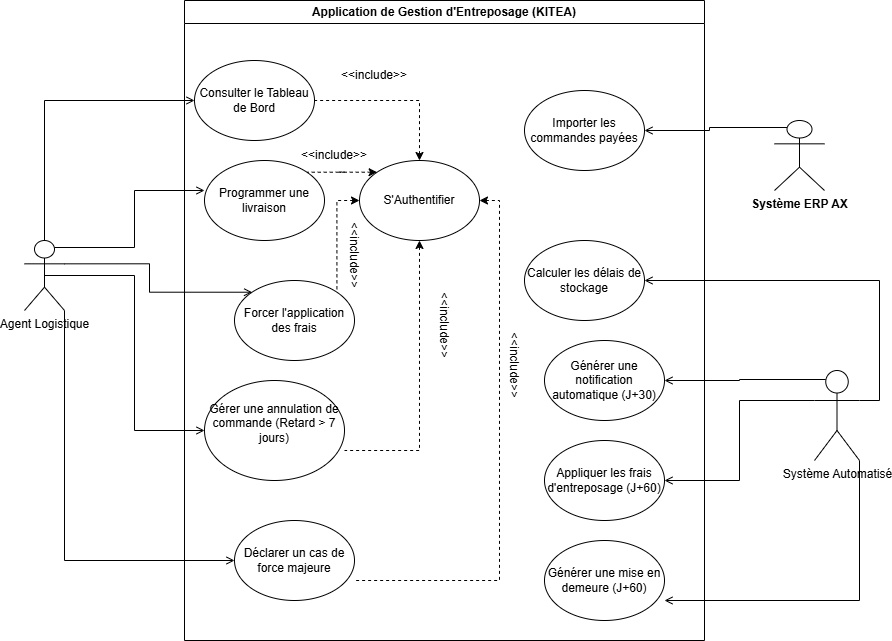
This is uml/Use-case diagram.png from Mezz-1/Application-de-gestion-des-commandes-payees-et-entreposage, a draw.io export, as it was before one commit. Source tidied: cells renumbered, new cells last; positions are measured from the earlier drawing's top-left corner, leaving out a move shared by most shapes. Source of this version:
```xml
<mxGraphModel>
  <root>
    <mxCell id="0" />
    <mxCell id="1" parent="0" />
    <mxCell id="2" value="Application de Gestion d'Entreposage (KITEA)" style="swimlane;whiteSpace=wrap;html=1;" parent="1" vertex="1">
      <mxGeometry x="160" width="520" height="640" as="geometry" />
    </mxCell>
    <mxCell id="3" value="Consulter le Tableau de Bord" style="ellipse;whiteSpace=wrap;html=1;" parent="2" vertex="1">
      <mxGeometry x="10" y="60" width="120" height="80" as="geometry" />
    </mxCell>
    <mxCell id="4" value="&#10;Gérer une annulation de commande (Retard &amp;gt; 7 jours)&#10;&#10;" style="ellipse;whiteSpace=wrap;html=1;" parent="2" vertex="1">
      <mxGeometry x="20" y="380" width="140" height="100" as="geometry" />
    </mxCell>
    <mxCell id="5" value="Forcer l'application des frais" style="ellipse;whiteSpace=wrap;html=1;" parent="2" vertex="1">
      <mxGeometry x="50" y="280" width="120" height="80" as="geometry" />
    </mxCell>
    <mxCell id="6" value="Déclarer un cas de force majeure" style="ellipse;whiteSpace=wrap;html=1;" parent="2" vertex="1">
      <mxGeometry x="50" y="520" width="120" height="80" as="geometry" />
    </mxCell>
    <mxCell id="7" value="Programmer une livraison" style="ellipse;whiteSpace=wrap;html=1;" parent="2" vertex="1">
      <mxGeometry x="20" y="160" width="120" height="80" as="geometry" />
    </mxCell>
    <mxCell id="8" value="Importer les commandes payées" style="ellipse;whiteSpace=wrap;html=1;" parent="2" vertex="1">
      <mxGeometry x="340" y="90" width="120" height="80" as="geometry" />
    </mxCell>
    <mxCell id="9" value="Calculer les délais de stockage" style="ellipse;whiteSpace=wrap;html=1;" parent="2" vertex="1">
      <mxGeometry x="340" y="240" width="120" height="80" as="geometry" />
    </mxCell>
    <mxCell id="10" value="Générer une mise en demeure (J+60)" style="ellipse;whiteSpace=wrap;html=1;" parent="2" vertex="1">
      <mxGeometry x="360" y="540" width="120" height="80" as="geometry" />
    </mxCell>
    <mxCell id="11" value="Appliquer les frais d'entreposage (J+60)" style="ellipse;whiteSpace=wrap;html=1;" parent="2" vertex="1">
      <mxGeometry x="360" y="440" width="120" height="80" as="geometry" />
    </mxCell>
    <mxCell id="12" value="Générer une notification automatique (J+30)" style="ellipse;whiteSpace=wrap;html=1;" parent="2" vertex="1">
      <mxGeometry x="360" y="340" width="120" height="80" as="geometry" />
    </mxCell>
    <mxCell id="13" style="edgeStyle=orthogonalEdgeStyle;rounded=0;jettySize=auto;html=1;exitX=0.5;exitY=0;exitDx=0;exitDy=0;entryX=1;entryY=0.5;entryDx=0;entryDy=0;dashed=1;startArrow=classic;startFill=1;endArrow=none;endFill=0;" parent="2" edge="1" source="16" target="3">
      <mxGeometry relative="1" as="geometry" />
    </mxCell>
    <mxCell id="14" style="edgeStyle=orthogonalEdgeStyle;rounded=0;jettySize=auto;html=1;exitX=0;exitY=0;exitDx=0;exitDy=0;entryX=1;entryY=0;entryDx=0;entryDy=0;dashed=1;startArrow=classic;startFill=1;endArrow=none;endFill=0;" parent="2" edge="1" source="16" target="7">
      <mxGeometry relative="1" as="geometry" />
    </mxCell>
    <mxCell id="15" style="edgeStyle=orthogonalEdgeStyle;rounded=0;jettySize=auto;html=1;exitX=0;exitY=0.5;exitDx=0;exitDy=0;entryX=1;entryY=0;entryDx=0;entryDy=0;dashed=1;startArrow=classic;startFill=1;endArrow=none;endFill=0;" parent="2" edge="1" source="16" target="5">
      <mxGeometry relative="1" as="geometry" />
    </mxCell>
    <mxCell id="16" value="S'Authentifier" style="ellipse;whiteSpace=wrap;html=1;" parent="2" vertex="1">
      <mxGeometry x="175" y="160" width="120" height="80" as="geometry" />
    </mxCell>
    <mxCell id="17" style="edgeStyle=orthogonalEdgeStyle;rounded=0;jettySize=auto;html=1;exitX=0.5;exitY=1;exitDx=0;exitDy=0;entryX=1;entryY=0.7;entryDx=0;entryDy=0;entryPerimeter=0;dashed=1;endArrow=none;endFill=0;startArrow=classic;startFill=1;" parent="2" edge="1" source="16" target="4">
      <mxGeometry relative="1" as="geometry" />
    </mxCell>
    <mxCell id="18" style="edgeStyle=orthogonalEdgeStyle;rounded=0;jettySize=auto;html=1;exitX=1;exitY=0.5;exitDx=0;exitDy=0;entryX=1;entryY=0.75;entryDx=0;entryDy=0;entryPerimeter=0;dashed=1;startArrow=classic;startFill=1;endArrow=none;endFill=0;" parent="2" edge="1" source="16" target="6">
      <mxGeometry relative="1" as="geometry" />
    </mxCell>
    <mxCell id="19" value="&amp;lt;&amp;lt;include&amp;gt;&amp;gt;" style="text;html=1;whiteSpace=wrap;strokeColor=none;fillColor=none;align=center;verticalAlign=middle;rounded=0;rotation=90;" parent="2" vertex="1">
      <mxGeometry x="300" y="350" width="60" height="30" as="geometry" />
    </mxCell>
    <mxCell id="20" value="&amp;lt;&amp;lt;include&amp;gt;&amp;gt;" style="text;html=1;whiteSpace=wrap;strokeColor=none;fillColor=none;align=center;verticalAlign=middle;rounded=0;rotation=90;" parent="2" vertex="1">
      <mxGeometry x="140" y="240" width="60" height="30" as="geometry" />
    </mxCell>
    <mxCell id="21" value="&amp;lt;&amp;lt;include&amp;gt;&amp;gt;" style="text;html=1;whiteSpace=wrap;strokeColor=none;fillColor=none;align=center;verticalAlign=middle;rounded=0;" parent="2" vertex="1">
      <mxGeometry x="120" y="140" width="60" height="30" as="geometry" />
    </mxCell>
    <mxCell id="22" value="&amp;lt;&amp;lt;include&amp;gt;&amp;gt;" style="text;html=1;whiteSpace=wrap;strokeColor=none;fillColor=none;align=center;verticalAlign=middle;rounded=0;" parent="2" vertex="1">
      <mxGeometry x="160" y="60" width="60" height="30" as="geometry" />
    </mxCell>
    <mxCell id="23" style="edgeStyle=orthogonalEdgeStyle;rounded=0;jettySize=auto;html=1;exitX=0.5;exitY=0;exitDx=0;exitDy=0;exitPerimeter=0;entryX=0;entryY=0.5;entryDx=0;entryDy=0;endArrow=open;endFill=0;" parent="1" edge="1" source="27" target="3">
      <mxGeometry relative="1" as="geometry" />
    </mxCell>
    <mxCell id="24" style="edgeStyle=orthogonalEdgeStyle;rounded=0;jettySize=auto;html=1;exitX=1;exitY=0.3333333333333333;exitDx=0;exitDy=0;exitPerimeter=0;entryX=0;entryY=0;entryDx=0;entryDy=0;endArrow=open;endFill=0;" parent="1" edge="1" source="27" target="5">
      <mxGeometry relative="1" as="geometry" />
    </mxCell>
    <mxCell id="25" style="edgeStyle=orthogonalEdgeStyle;rounded=0;jettySize=auto;html=1;exitX=1;exitY=1;exitDx=0;exitDy=0;exitPerimeter=0;entryX=0;entryY=0.5;entryDx=0;entryDy=0;endArrow=open;endFill=0;" parent="1" edge="1" source="27" target="6">
      <mxGeometry relative="1" as="geometry" />
    </mxCell>
    <mxCell id="26" style="edgeStyle=orthogonalEdgeStyle;rounded=0;jettySize=auto;html=1;exitX=0.5;exitY=0.5;exitDx=0;exitDy=0;exitPerimeter=0;entryX=0;entryY=0.5;entryDx=0;entryDy=0;endArrow=open;endFill=0;" parent="1" edge="1" source="27" target="4">
      <mxGeometry relative="1" as="geometry" />
    </mxCell>
    <mxCell id="27" value="Agent Logistique" style="shape=umlActor;verticalLabelPosition=bottom;verticalAlign=top;html=1;outlineConnect=0;" parent="1" vertex="1">
      <mxGeometry y="240" width="40" height="70" as="geometry" />
    </mxCell>
    <mxCell id="28" style="edgeStyle=orthogonalEdgeStyle;rounded=0;jettySize=auto;html=1;exitX=0.25;exitY=0.1;exitDx=0;exitDy=0;exitPerimeter=0;entryX=1;entryY=0.5;entryDx=0;entryDy=0;endArrow=open;endFill=0;" parent="1" edge="1" source="29" target="8">
      <mxGeometry relative="1" as="geometry" />
    </mxCell>
    <mxCell id="29" value="&lt;b&gt;Système ERP AX&lt;/b&gt;" style="shape=umlActor;verticalLabelPosition=bottom;verticalAlign=top;html=1;outlineConnect=0;" parent="1" vertex="1">
      <mxGeometry x="750" y="120" width="50" height="70" as="geometry" />
    </mxCell>
    <mxCell id="30" style="edgeStyle=orthogonalEdgeStyle;rounded=0;jettySize=auto;html=1;exitX=1;exitY=0.3333333333333333;exitDx=0;exitDy=0;exitPerimeter=0;entryX=1;entryY=0.5;entryDx=0;entryDy=0;endArrow=open;endFill=0;" parent="1" edge="1" source="33" target="9">
      <mxGeometry relative="1" as="geometry" />
    </mxCell>
    <mxCell id="31" style="edgeStyle=orthogonalEdgeStyle;rounded=0;jettySize=auto;html=1;exitX=0.25;exitY=0.1;exitDx=0;exitDy=0;exitPerimeter=0;entryX=1;entryY=0.5;entryDx=0;entryDy=0;endArrow=open;endFill=0;" parent="1" edge="1" source="33" target="12">
      <mxGeometry relative="1" as="geometry" />
    </mxCell>
    <mxCell id="32" style="edgeStyle=orthogonalEdgeStyle;rounded=0;jettySize=auto;html=1;exitX=0;exitY=0.3333333333333333;exitDx=0;exitDy=0;exitPerimeter=0;entryX=1;entryY=0.5;entryDx=0;entryDy=0;endArrow=open;endFill=0;" parent="1" edge="1" source="33" target="11">
      <mxGeometry relative="1" as="geometry" />
    </mxCell>
    <mxCell id="33" value="Système Automatisé" style="shape=umlActor;verticalLabelPosition=bottom;verticalAlign=top;html=1;outlineConnect=0;" parent="1" vertex="1">
      <mxGeometry x="790" y="370" width="45" height="90" as="geometry" />
    </mxCell>
    <mxCell id="34" style="edgeStyle=orthogonalEdgeStyle;rounded=0;jettySize=auto;html=1;exitX=0.75;exitY=0.1;exitDx=0;exitDy=0;exitPerimeter=0;entryX=0;entryY=0.375;entryDx=0;entryDy=0;entryPerimeter=0;endArrow=open;endFill=0;" parent="1" edge="1" source="27" target="7">
      <mxGeometry relative="1" as="geometry" />
    </mxCell>
    <mxCell id="35" style="edgeStyle=orthogonalEdgeStyle;rounded=0;jettySize=auto;html=1;exitX=1;exitY=1;exitDx=0;exitDy=0;exitPerimeter=0;entryX=1;entryY=0.75;entryDx=0;entryDy=0;entryPerimeter=0;endArrow=open;endFill=0;" parent="1" edge="1" source="33" target="10">
      <mxGeometry relative="1" as="geometry" />
    </mxCell>
    <mxCell id="36" value="&amp;lt;&amp;lt;include&amp;gt;&amp;gt;" style="text;html=1;whiteSpace=wrap;strokeColor=none;fillColor=none;align=center;verticalAlign=middle;rounded=0;rotation=90;" parent="1" vertex="1">
      <mxGeometry x="390" y="310" width="60" height="30" as="geometry" />
    </mxCell>
  </root>
</mxGraphModel>
```
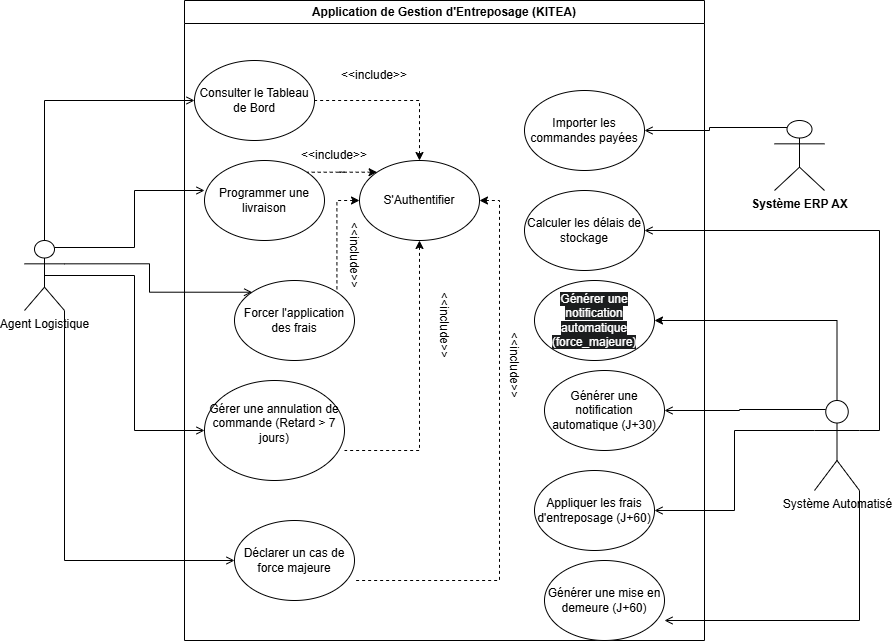
After the change.

What changed in the source:
```diff
@@ -24,16 +24,16 @@
       <mxGeometry x="340" y="90" width="120" height="80" as="geometry" />
     </mxCell>
     <mxCell id="9" value="Calculer les délais de stockage" style="ellipse;whiteSpace=wrap;html=1;" parent="2" vertex="1">
-      <mxGeometry x="340" y="240" width="120" height="80" as="geometry" />
+      <mxGeometry x="340" y="190" width="120" height="80" as="geometry" />
     </mxCell>
     <mxCell id="10" value="Générer une mise en demeure (J+60)" style="ellipse;whiteSpace=wrap;html=1;" parent="2" vertex="1">
-      <mxGeometry x="360" y="540" width="120" height="80" as="geometry" />
+      <mxGeometry x="360" y="560" width="120" height="80" as="geometry" />
     </mxCell>
     <mxCell id="11" value="Appliquer les frais d'entreposage (J+60)" style="ellipse;whiteSpace=wrap;html=1;" parent="2" vertex="1">
-      <mxGeometry x="360" y="440" width="120" height="80" as="geometry" />
+      <mxGeometry x="350" y="470" width="120" height="80" as="geometry" />
     </mxCell>
     <mxCell id="12" value="Générer une notification automatique (J+30)" style="ellipse;whiteSpace=wrap;html=1;" parent="2" vertex="1">
-      <mxGeometry x="360" y="340" width="120" height="80" as="geometry" />
+      <mxGeometry x="360" y="370" width="120" height="80" as="geometry" />
     </mxCell>
     <mxCell id="13" style="edgeStyle=orthogonalEdgeStyle;rounded=0;jettySize=auto;html=1;exitX=0.5;exitY=0;exitDx=0;exitDy=0;entryX=1;entryY=0.5;entryDx=0;entryDy=0;dashed=1;startArrow=classic;startFill=1;endArrow=none;endFill=0;" parent="2" edge="1" source="16" target="3">
       <mxGeometry relative="1" as="geometry" />
@@ -65,6 +65,9 @@
     <mxCell id="22" value="&amp;lt;&amp;lt;include&amp;gt;&amp;gt;" style="text;html=1;whiteSpace=wrap;strokeColor=none;fillColor=none;align=center;verticalAlign=middle;rounded=0;" parent="2" vertex="1">
       <mxGeometry x="160" y="60" width="60" height="30" as="geometry" />
     </mxCell>
+    <mxCell id="37" value="&lt;br&gt;&lt;span style=&quot;color: rgb(255, 255, 255); font-family: Helvetica; font-size: 12px; font-style: normal; font-variant-ligatures: normal; font-variant-caps: normal; font-weight: 400; letter-spacing: normal; orphans: 2; text-align: center; text-indent: 0px; text-transform: none; widows: 2; word-spacing: 0px; -webkit-text-stroke-width: 0px; white-space: normal; background-color: rgb(27, 29, 30); text-decoration-thickness: initial; text-decoration-style: initial; text-decoration-color: initial; float: none; display: inline !important;&quot;&gt;Générer une notification automatique (force_majeure)&lt;/span&gt;&lt;div&gt;&lt;br/&gt;&lt;/div&gt;" style="ellipse;whiteSpace=wrap;html=1;" parent="2" vertex="1">
+      <mxGeometry x="350" y="280" width="120" height="80" as="geometry" />
+    </mxCell>
     <mxCell id="23" style="edgeStyle=orthogonalEdgeStyle;rounded=0;jettySize=auto;html=1;exitX=0.5;exitY=0;exitDx=0;exitDy=0;exitPerimeter=0;entryX=0;entryY=0.5;entryDx=0;entryDy=0;endArrow=open;endFill=0;" parent="1" edge="1" source="27" target="3">
       <mxGeometry relative="1" as="geometry" />
     </mxCell>
@@ -95,8 +98,11 @@
     <mxCell id="32" style="edgeStyle=orthogonalEdgeStyle;rounded=0;jettySize=auto;html=1;exitX=0;exitY=0.3333333333333333;exitDx=0;exitDy=0;exitPerimeter=0;entryX=1;entryY=0.5;entryDx=0;entryDy=0;endArrow=open;endFill=0;" parent="1" edge="1" source="33" target="11">
       <mxGeometry relative="1" as="geometry" />
     </mxCell>
+    <mxCell id="38" style="edgeStyle=orthogonalEdgeStyle;rounded=0;jettySize=auto;html=1;exitX=0.5;exitY=0;exitDx=0;exitDy=0;exitPerimeter=0;entryX=1;entryY=0.5;entryDx=0;entryDy=0;" parent="1" edge="1" source="33" target="37">
+      <mxGeometry relative="1" as="geometry" />
+    </mxCell>
     <mxCell id="33" value="Système Automatisé" style="shape=umlActor;verticalLabelPosition=bottom;verticalAlign=top;html=1;outlineConnect=0;" parent="1" vertex="1">
-      <mxGeometry x="790" y="370" width="45" height="90" as="geometry" />
+      <mxGeometry x="790" y="400" width="45" height="90" as="geometry" />
     </mxCell>
     <mxCell id="34" style="edgeStyle=orthogonalEdgeStyle;rounded=0;jettySize=auto;html=1;exitX=0.75;exitY=0.1;exitDx=0;exitDy=0;exitPerimeter=0;entryX=0;entryY=0.375;entryDx=0;entryDy=0;entryPerimeter=0;endArrow=open;endFill=0;" parent="1" edge="1" source="27" target="7">
       <mxGeometry relative="1" as="geometry" />
```
